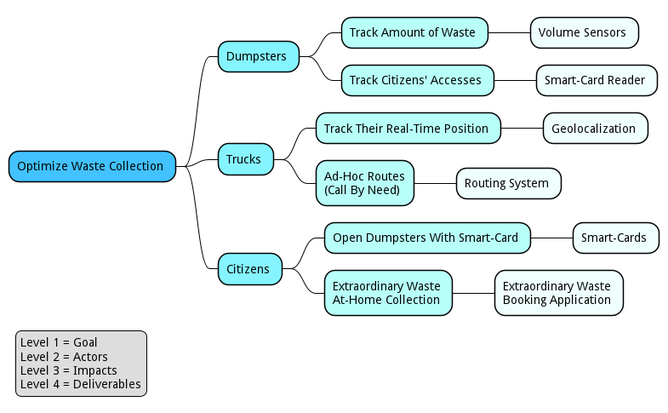
Before: uml/impact-mapping.pm.png, a diagram exported from PlantUML (SmartWasteCollection/project-management).
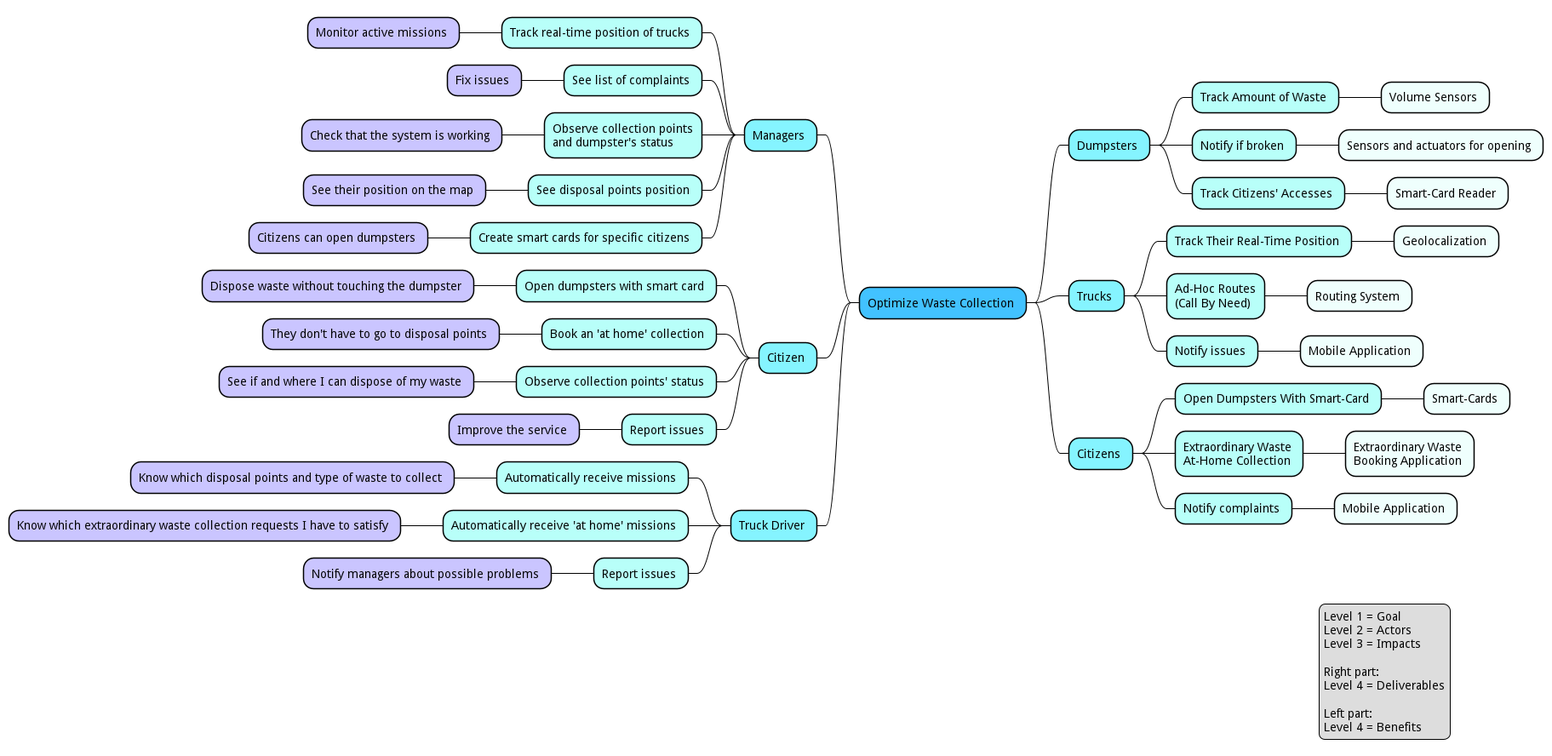
Later version of the same file.

Commit message:
Generate PNG files for PlantUML diagrams

Diff of the diagram source:
```diff
@@ -6,6 +6,8 @@
 actor("Dumpsters")
     impact("Track Amount of Waste")
         deliverable("Volume Sensors")
+    impact("Notify if broken")
+        deliverable("Sensors and actuators for opening")
     impact("Track Citizens' Accesses")
         deliverable("Smart-Card Reader")
 
@@ -14,17 +16,65 @@
         deliverable("Geolocalization")
     impact("Ad-Hoc Routes\n(Call By Need)")
         deliverable("Routing System")
+    impact("Notify issues")
+        deliverable("Mobile Application")
 
 actor("Citizens")
     impact("Open Dumpsters With Smart-Card")
         deliverable("Smart-Cards")
     impact("Extraordinary Waste\nAt-Home Collection")
         deliverable("Extraordinary Waste\nBooking Application")
+    impact("Notify complaints")
+        deliverable("Mobile Application")
 
-legend left
+actor("Managers", left)
+impact("Track real-time position of trucks", left)
+benefit("Monitor active missions", left)
+
+impact("See list of complaints", left)
+benefit("Fix issues", left)
+
+impact("Observe collection points\nand dumpster's status", left)
+benefit("Check that the system is working", left)
+
+impact("See disposal points position", left)
+benefit("See their position on the map", left)
+
+impact("Create smart cards for specific citizens", left)
+benefit("Citizens can open dumpsters", left)
+
+actor("Citizen", left)
+impact("Open dumpsters with smart card", left)
+benefit("Dispose waste without touching the dumpster", left)
+
+impact("Book an 'at home' collection", left)
+benefit("They don't have to go to disposal points", left)
+
+impact("Observe collection points' status", left)
+benefit("See if and where I can dispose of my waste", left)
+
+impact("Report issues", left)
+benefit("Improve the service", left)
+
+actor("Truck Driver", left)
+impact("Automatically receive missions", left)
+benefit("Know which disposal points and type of waste to collect", left)
+
+impact("Automatically receive 'at home' missions", left)
+benefit("Know which extraordinary waste collection requests I have to satisfy", left)
+
+impact("Report issues", left)
+benefit("Notify managers about possible problems", left)
+
+legend right
     Level 1 = Goal
     Level 2 = Actors
     Level 3 = Impacts
+
+    Right part:
     Level 4 = Deliverables
+
+    Left part:
+    Level 4 = Benefits
 endlegend
 @endmindmap
```
